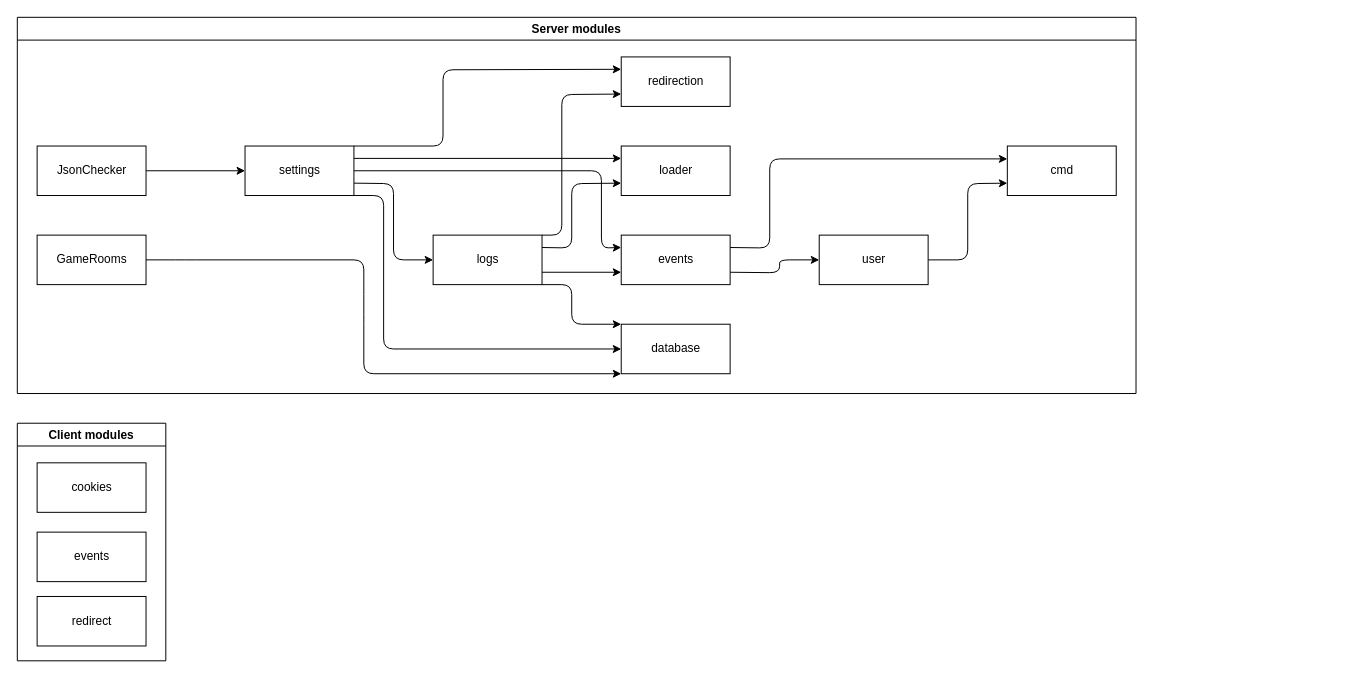
The draw.io diagram useful_docs/modules.drawio in T0ine34/ortelo, before the edit. Source tidied: cells renumbered, new cells numbered last; positions are measured from the earlier drawing's top-left corner, leaving out a move shared by most shapes. Both pictures are drawn from the tidied source at 99%, with x=0, y=0 at pixel (17, 17).
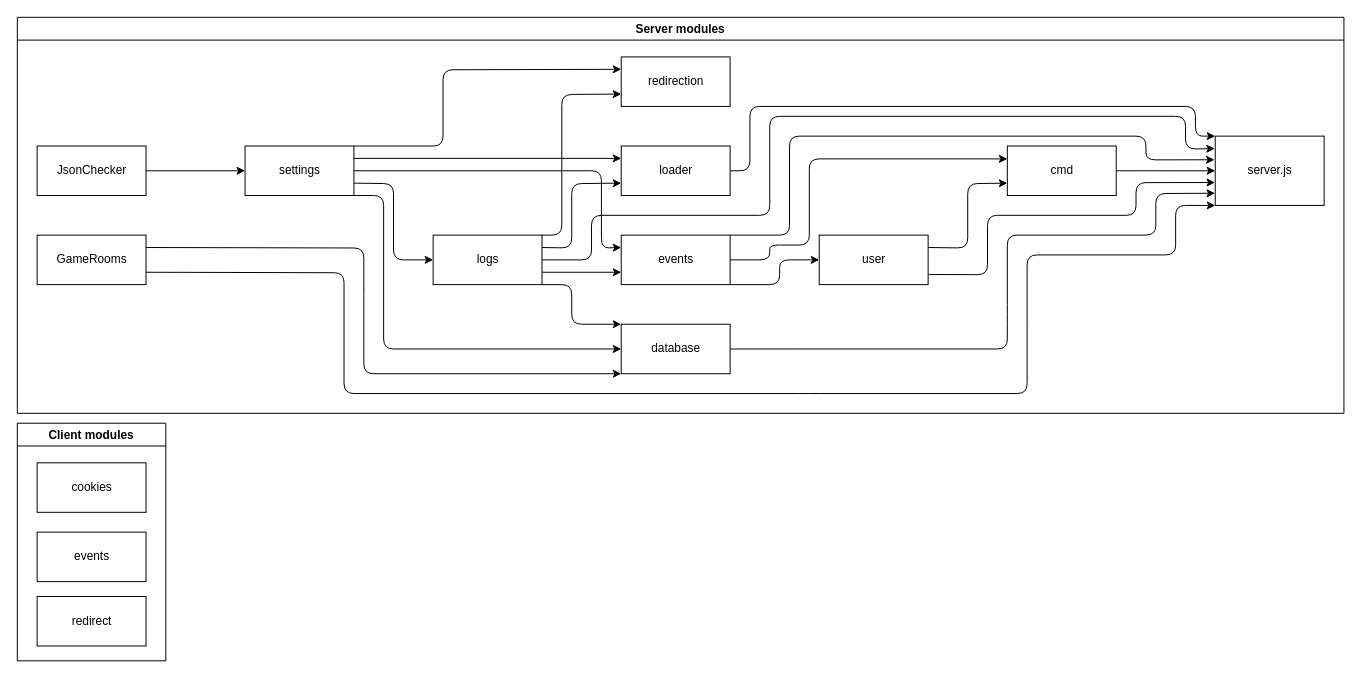
After the change.

Commit message:
adding server.js to modules diagram

Unchanged cells that the change refers to:
```xml
<mxCell id="3" value="cmd" style="html=1;" parent="2" vertex="1">
  <mxGeometry x="1000" y="130" width="110" height="50" as="geometry" />
</mxCell>
<mxCell id="6" value="events" style="html=1;" parent="2" vertex="1">
  <mxGeometry x="610" y="220" width="110" height="50" as="geometry" />
</mxCell>
<mxCell id="8" value="user" style="html=1;" parent="2" vertex="1">
  <mxGeometry x="810" y="220" width="110" height="50" as="geometry" />
</mxCell>
<mxCell id="15" value="loader" style="html=1;" parent="2" vertex="1">
  <mxGeometry x="610" y="130" width="110" height="50" as="geometry" />
</mxCell>
<mxCell id="20" value="logs" style="html=1;" parent="2" vertex="1">
  <mxGeometry x="420" y="220" width="110" height="50" as="geometry" />
</mxCell>
<mxCell id="22" value="GameRooms" style="html=1;" parent="2" vertex="1">
  <mxGeometry x="20" y="220" width="110" height="50" as="geometry" />
</mxCell>
<mxCell id="25" value="database" style="html=1;" parent="2" vertex="1">
  <mxGeometry x="610" y="310" width="110" height="50" as="geometry" />
</mxCell>
```

Change to the diagram source:
```diff
@@
     <mxCell id="2" value="Server modules" style="swimlane;whiteSpace=wrap;html=1;" parent="1" vertex="1">
-      <mxGeometry width="1130" height="380" as="geometry" />
+      <mxGeometry width="1340" height="400" as="geometry" />
     </mxCell>
+    <mxCell id="31" style="edgeStyle=none;html=1;exitX=1;exitY=0.5;exitDx=0;exitDy=0;entryX=0;entryY=0.5;entryDx=0;entryDy=0;" parent="2" edge="1" source="3" target="37">
+      <mxGeometry relative="1" as="geometry">
+        <Array as="points">
+          <mxPoint x="1140" y="155" />
+        </Array>
+      </mxGeometry>
+    </mxCell>
@@
-    <mxCell id="4" style="edgeStyle=none;html=1;exitX=1;exitY=0.25;exitDx=0;exitDy=0;" parent="2" edge="1" source="6">
+    <mxCell id="4" style="edgeStyle=none;html=1;exitX=1;exitY=0.5;exitDx=0;exitDy=0;" parent="2" edge="1" source="6">
       <mxGeometry relative="1" as="geometry">
         <mxPoint x="1000" y="143" as="targetPoint" />
         <Array as="points">
-          <mxPoint x="760" y="233" />
-          <mxPoint x="760" y="143" />
+          <mxPoint x="760" y="245" />
+          <mxPoint x="760" y="230" />
+          <mxPoint x="800" y="230" />
+          <mxPoint x="800" y="143" />
         </Array>
       </mxGeometry>
     </mxCell>
-    <mxCell id="5" style="edgeStyle=none;html=1;exitX=1;exitY=0.75;exitDx=0;exitDy=0;entryX=0;entryY=0.5;entryDx=0;entryDy=0;" parent="2" edge="1" source="6" target="8">
+    <mxCell id="5" style="edgeStyle=none;html=1;exitX=1;exitY=1;exitDx=0;exitDy=0;entryX=0;entryY=0.5;entryDx=0;entryDy=0;" parent="2" edge="1" source="6" target="8">
       <mxGeometry relative="1" as="geometry">
         <Array as="points">
-          <mxPoint x="770" y="258" />
+          <mxPoint x="770" y="270" />
           <mxPoint x="770" y="245" />
         </Array>
       </mxGeometry>
     </mxCell>
+    <mxCell id="32" style="edgeStyle=none;html=1;exitX=1;exitY=0;exitDx=0;exitDy=0;entryX=-0.007;entryY=0.341;entryDx=0;entryDy=0;entryPerimeter=0;" parent="2" edge="1" source="6" target="37">
+      <mxGeometry relative="1" as="geometry">
+        <Array as="points">
+          <mxPoint x="780" y="220" />
+          <mxPoint x="780" y="120" />
+          <mxPoint x="1140" y="120" />
+          <mxPoint x="1140" y="144" />
+        </Array>
+      </mxGeometry>
+    </mxCell>
@@
-    <mxCell id="7" style="edgeStyle=none;html=1;entryX=0;entryY=0.75;entryDx=0;entryDy=0;" parent="2" edge="1" source="8">
+    <mxCell id="7" style="edgeStyle=none;html=1;entryX=0;entryY=0.75;entryDx=0;entryDy=0;exitX=1;exitY=0.25;exitDx=0;exitDy=0;" parent="2" edge="1" source="8">
       <mxGeometry relative="1" as="geometry">
         <mxPoint x="1000" y="167.5" as="targetPoint" />
         <Array as="points">
-          <mxPoint x="960" y="245" />
+          <mxPoint x="960" y="233" />
           <mxPoint x="960" y="168" />
         </Array>
       </mxGeometry>
     </mxCell>
+    <mxCell id="33" style="edgeStyle=none;html=1;exitX=1.004;exitY=0.795;exitDx=0;exitDy=0;entryX=-0.002;entryY=0.669;entryDx=0;entryDy=0;exitPerimeter=0;entryPerimeter=0;" parent="2" edge="1" source="8" target="37">
+      <mxGeometry relative="1" as="geometry">
+        <Array as="points">
+          <mxPoint x="980" y="260" />
+          <mxPoint x="980" y="200" />
+          <mxPoint x="1130" y="200" />
+          <mxPoint x="1130" y="167" />
+        </Array>
+      </mxGeometry>
+    </mxCell>
@@
+    <mxCell id="34" style="edgeStyle=none;html=1;entryX=0;entryY=0;entryDx=0;entryDy=0;" parent="2" edge="1" source="15" target="37">
+      <mxGeometry relative="1" as="geometry">
+        <Array as="points">
+          <mxPoint x="740" y="155" />
+          <mxPoint x="740" y="90" />
+          <mxPoint x="1190" y="90" />
+          <mxPoint x="1190" y="120" />
+        </Array>
+      </mxGeometry>
+    </mxCell>
@@
+    <mxCell id="35" style="edgeStyle=none;html=1;exitX=1;exitY=0.5;exitDx=0;exitDy=0;entryX=-0.004;entryY=0.181;entryDx=0;entryDy=0;entryPerimeter=0;" parent="2" edge="1" source="20" target="37">
+      <mxGeometry relative="1" as="geometry">
+        <Array as="points">
+          <mxPoint x="580" y="245" />
+          <mxPoint x="580" y="200" />
+          <mxPoint x="760" y="200" />
+          <mxPoint x="760" y="100" />
+          <mxPoint x="1180" y="100" />
+          <mxPoint x="1180" y="133" />
+        </Array>
+      </mxGeometry>
+    </mxCell>
@@
-    <mxCell id="21" style="edgeStyle=none;html=1;entryX=0;entryY=1;entryDx=0;entryDy=0;" parent="2" edge="1" source="22" target="25">
+    <mxCell id="21" style="edgeStyle=none;html=1;entryX=0;entryY=1;entryDx=0;entryDy=0;exitX=1;exitY=0.25;exitDx=0;exitDy=0;" parent="2" edge="1" source="22" target="25">
       <mxGeometry relative="1" as="geometry">
         <Array as="points">
-          <mxPoint x="170" y="245" />
-          <mxPoint x="350" y="245" />
+          <mxPoint x="350" y="233" />
           <mxPoint x="350" y="290" />
           <mxPoint x="350" y="320" />
           <mxPoint x="350" y="360" />
         </Array>
       </mxGeometry>
     </mxCell>
@@
+    <mxCell id="36" style="edgeStyle=none;html=1;exitX=1;exitY=0.5;exitDx=0;exitDy=0;entryX=-0.002;entryY=0.824;entryDx=0;entryDy=0;entryPerimeter=0;" parent="2" edge="1" source="25" target="37">
+      <mxGeometry relative="1" as="geometry">
+        <Array as="points">
+          <mxPoint x="780" y="335" />
+          <mxPoint x="1000" y="335" />
+          <mxPoint x="1000" y="300" />
+          <mxPoint x="1000" y="220" />
+          <mxPoint x="1150" y="220" />
+          <mxPoint x="1150" y="178" />
+        </Array>
+      </mxGeometry>
+    </mxCell>
@@
+    <mxCell id="37" value="server.js" style="html=1;" parent="2" vertex="1">
+      <mxGeometry x="1210" y="120" width="110" height="70" as="geometry" />
+    </mxCell>
+    <mxCell id="38" style="edgeStyle=none;html=1;exitX=1;exitY=0.75;exitDx=0;exitDy=0;entryX=0;entryY=1;entryDx=0;entryDy=0;" parent="2" edge="1" source="22" target="37">
+      <mxGeometry relative="1" as="geometry">
+        <Array as="points">
+          <mxPoint x="330" y="258" />
+          <mxPoint x="330" y="380" />
+          <mxPoint x="800" y="380" />
+          <mxPoint x="1020" y="380" />
+          <mxPoint x="1020" y="320" />
+          <mxPoint x="1020" y="240" />
+          <mxPoint x="1170" y="240" />
+          <mxPoint x="1170" y="190" />
+        </Array>
+      </mxGeometry>
+    </mxCell>
```
